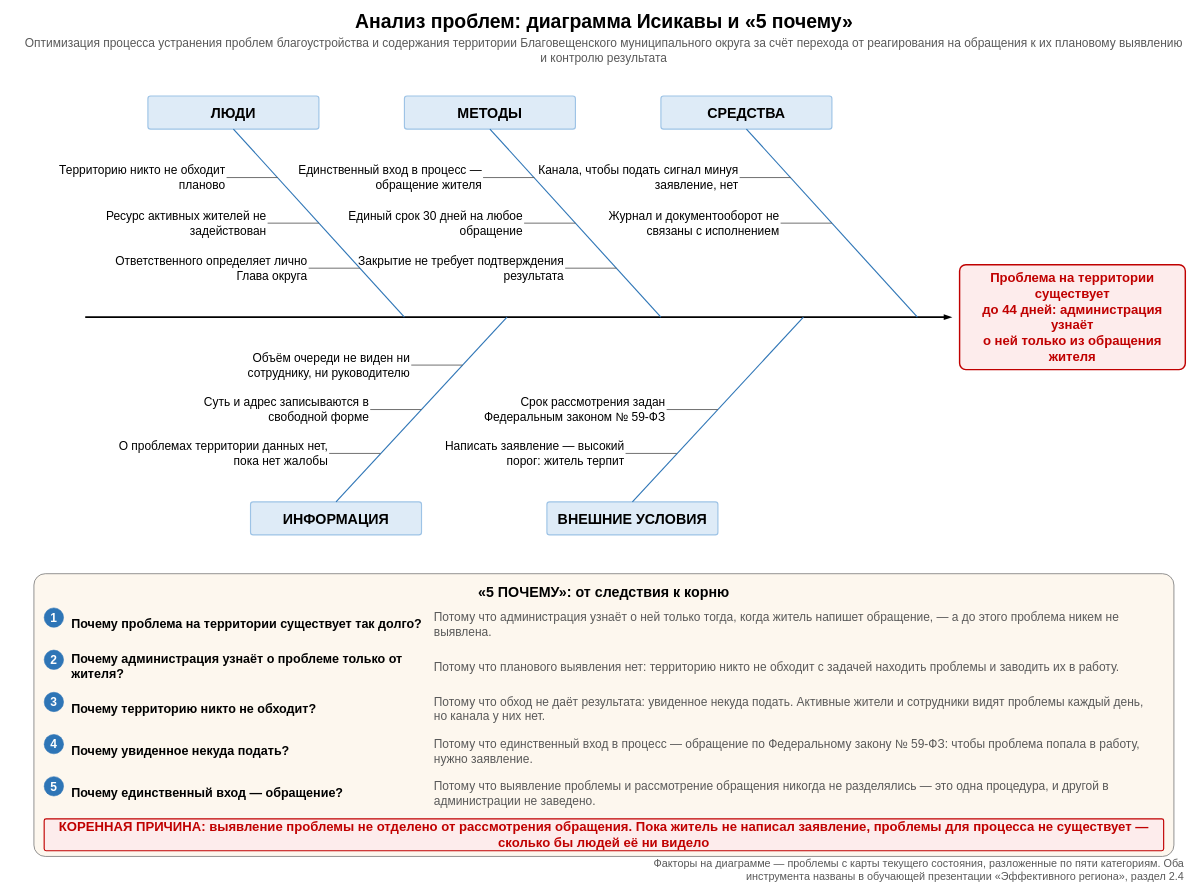
Before: файлы/analiz-prichin.drawio in NiceGenn/Team-28-progress, a draw.io diagram. Source tidied: cells renumbered, new cells numbered last; positions are measured from the earlier drawing's top-left corner, leaving out a move shared by most shapes. Both pictures are drawn from the tidied source at 57%, with x=0, y=0 at pixel (10, 11).
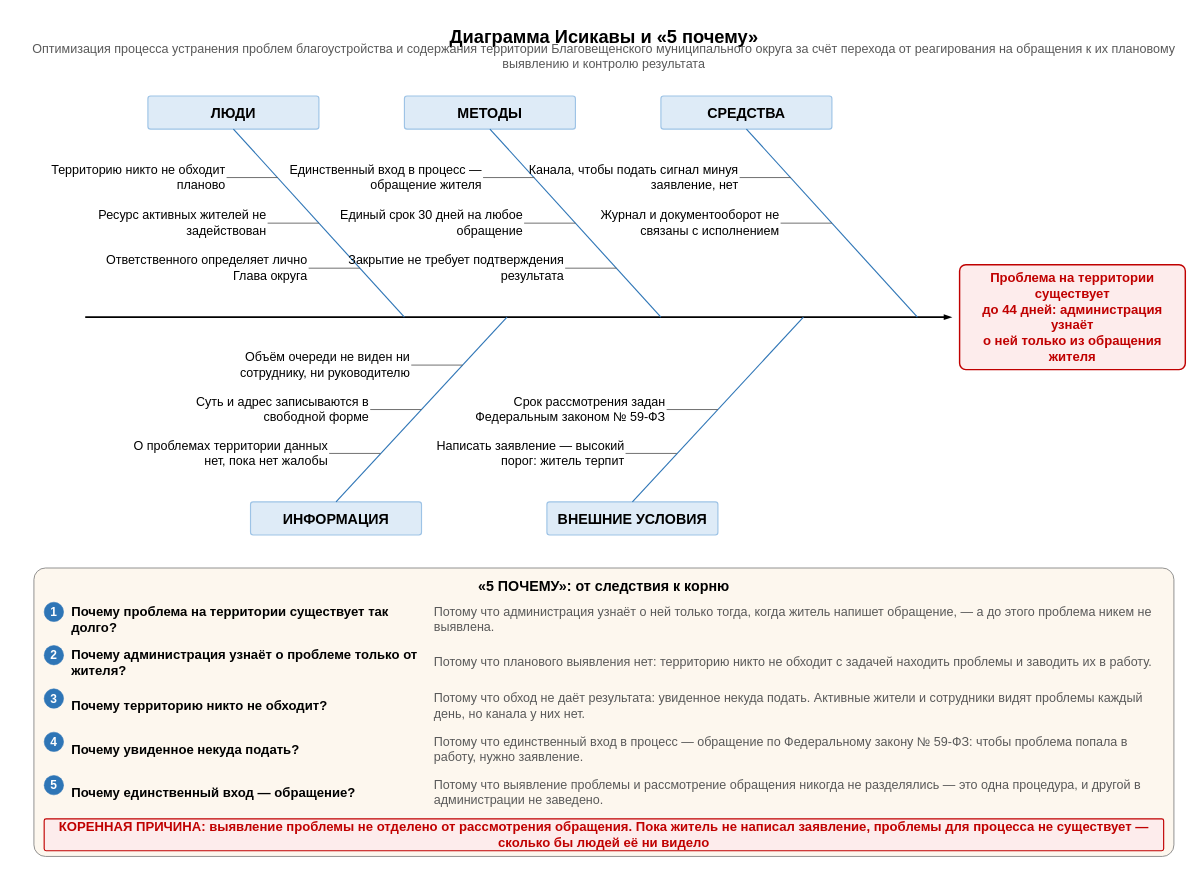
The same diagram, later.

The edit, as a diff of the source:
```diff
@@
-    <mxCell id="2" value="Анализ проблем: диаграмма Исикавы и «5 почему»" style="text;html=1;align=center;verticalAlign=middle;fontSize=34;fontStyle=1;" parent="1" vertex="1">
-      <mxGeometry x="22" width="2040" height="34" as="geometry" />
+    <mxCell id="2" value="Диаграмма Исикавы и «5 почему»" style="text;html=1;align=center;verticalAlign=middle;fontSize=32;fontStyle=1;" parent="1" vertex="1">
+      <mxGeometry x="22" y="26" width="2040" height="38" as="geometry" />
     </mxCell>
-    <mxCell id="3" value="Оптимизация процесса устранения проблем благоустройства и содержания территории Благовещенского муниципального округа за счёт перехода от реагирования на обращения к их плановому выявлению и контролю результата" style="text;html=1;align=center;verticalAlign=middle;whiteSpace=wrap;fontSize=21;fontColor=#595959;" parent="1" vertex="1">
-      <mxGeometry x="22" y="38" width="2040" height="60" as="geometry" />
+    <mxCell id="3" value="Оптимизация процесса устранения проблем благоустройства и содержания территории Благовещенского муниципального округа за счёт перехода от реагирования на обращения к их плановому выявлению и контролю результата" style="text;html=1;align=center;verticalAlign=middle;whiteSpace=wrap;fontSize=22;fontColor=#595959;" parent="1" vertex="1">
+      <mxGeometry x="22" y="64" width="2040" height="30" as="geometry" />
     </mxCell>
@@
-    <mxCell id="9" value="Территорию никто не обходит планово" style="text;html=1;whiteSpace=wrap;align=right;verticalAlign=middle;fontSize=21;" parent="1" vertex="1">
+    <mxCell id="9" value="Территорию никто не обходит планово" style="text;html=1;whiteSpace=wrap;align=right;verticalAlign=middle;fontSize=22;" parent="1" vertex="1">
       <mxGeometry y="253" width="380" height="76" as="geometry" />
     </mxCell>
@@
-    <mxCell id="11" value="Ресурс активных жителей не задействован" style="text;html=1;whiteSpace=wrap;align=right;verticalAlign=middle;fontSize=21;" parent="1" vertex="1">
+    <mxCell id="11" value="Ресурс активных жителей не задействован" style="text;html=1;whiteSpace=wrap;align=right;verticalAlign=middle;fontSize=22;" parent="1" vertex="1">
       <mxGeometry x="72" y="333" width="380" height="76" as="geometry" />
     </mxCell>
@@
-    <mxCell id="13" value="Ответственного определяет лично Глава округа" style="text;html=1;whiteSpace=wrap;align=right;verticalAlign=middle;fontSize=21;" parent="1" vertex="1">
+    <mxCell id="13" value="Ответственного определяет лично Глава округа" style="text;html=1;whiteSpace=wrap;align=right;verticalAlign=middle;fontSize=22;" parent="1" vertex="1">
       <mxGeometry x="144" y="412" width="380" height="76" as="geometry" />
     </mxCell>
@@
-    <mxCell id="17" value="Единственный вход в процесс — обращение жителя" style="text;html=1;whiteSpace=wrap;align=right;verticalAlign=middle;fontSize=21;" parent="1" vertex="1">
+    <mxCell id="17" value="Единственный вход в процесс — обращение жителя" style="text;html=1;whiteSpace=wrap;align=right;verticalAlign=middle;fontSize=22;" parent="1" vertex="1">
       <mxGeometry x="450" y="253" width="380" height="76" as="geometry" />
     </mxCell>
@@
-    <mxCell id="19" value="Единый срок 30 дней на любое обращение" style="text;html=1;whiteSpace=wrap;align=right;verticalAlign=middle;fontSize=21;" parent="1" vertex="1">
+    <mxCell id="19" value="Единый срок 30 дней на любое обращение" style="text;html=1;whiteSpace=wrap;align=right;verticalAlign=middle;fontSize=22;" parent="1" vertex="1">
       <mxGeometry x="522" y="333" width="380" height="76" as="geometry" />
     </mxCell>
@@
-    <mxCell id="21" value="Закрытие не требует подтверждения результата" style="text;html=1;whiteSpace=wrap;align=right;verticalAlign=middle;fontSize=21;" parent="1" vertex="1">
+    <mxCell id="21" value="Закрытие не требует подтверждения результата" style="text;html=1;whiteSpace=wrap;align=right;verticalAlign=middle;fontSize=22;" parent="1" vertex="1">
       <mxGeometry x="594" y="412" width="380" height="76" as="geometry" />
     </mxCell>
@@
-    <mxCell id="25" value="Канала, чтобы подать сигнал минуя заявление, нет" style="text;html=1;whiteSpace=wrap;align=right;verticalAlign=middle;fontSize=21;" parent="1" vertex="1">
+    <mxCell id="25" value="Канала, чтобы подать сигнал минуя заявление, нет" style="text;html=1;whiteSpace=wrap;align=right;verticalAlign=middle;fontSize=22;" parent="1" vertex="1">
       <mxGeometry x="900" y="253" width="380" height="76" as="geometry" />
     </mxCell>
@@
-    <mxCell id="27" value="Журнал и документооборот не связаны с исполнением" style="text;html=1;whiteSpace=wrap;align=right;verticalAlign=middle;fontSize=21;" parent="1" vertex="1">
+    <mxCell id="27" value="Журнал и документооборот не связаны с исполнением" style="text;html=1;whiteSpace=wrap;align=right;verticalAlign=middle;fontSize=22;" parent="1" vertex="1">
       <mxGeometry x="972" y="333" width="380" height="76" as="geometry" />
     </mxCell>
@@
-    <mxCell id="31" value="О проблемах территории данных нет, пока нет жалобы" style="text;html=1;whiteSpace=wrap;align=right;verticalAlign=middle;fontSize=21;" parent="1" vertex="1">
+    <mxCell id="31" value="О проблемах территории данных нет, пока нет жалобы" style="text;html=1;whiteSpace=wrap;align=right;verticalAlign=middle;fontSize=22;" parent="1" vertex="1">
       <mxGeometry x="180" y="737" width="380" height="76" as="geometry" />
     </mxCell>
@@
-    <mxCell id="33" value="Суть и адрес записываются в свободной форме" style="text;html=1;whiteSpace=wrap;align=right;verticalAlign=middle;fontSize=21;" parent="1" vertex="1">
+    <mxCell id="33" value="Суть и адрес записываются в свободной форме" style="text;html=1;whiteSpace=wrap;align=right;verticalAlign=middle;fontSize=22;" parent="1" vertex="1">
       <mxGeometry x="252" y="660" width="380" height="76" as="geometry" />
     </mxCell>
@@
-    <mxCell id="35" value="Объём очереди не виден ни сотруднику, ни руководителю" style="text;html=1;whiteSpace=wrap;align=right;verticalAlign=middle;fontSize=21;" parent="1" vertex="1">
+    <mxCell id="35" value="Объём очереди не виден ни сотруднику, ни руководителю" style="text;html=1;whiteSpace=wrap;align=right;verticalAlign=middle;fontSize=22;" parent="1" vertex="1">
       <mxGeometry x="324" y="582" width="380" height="76" as="geometry" />
     </mxCell>
@@
-    <mxCell id="39" value="Написать заявление — высокий порог: житель терпит" style="text;html=1;whiteSpace=wrap;align=right;verticalAlign=middle;fontSize=21;" parent="1" vertex="1">
+    <mxCell id="39" value="Написать заявление — высокий порог: житель терпит" style="text;html=1;whiteSpace=wrap;align=right;verticalAlign=middle;fontSize=22;" parent="1" vertex="1">
       <mxGeometry x="700" y="737" width="380" height="76" as="geometry" />
     </mxCell>
@@
-    <mxCell id="41" value="Срок рассмотрения задан Федеральным законом № 59-ФЗ" style="text;html=1;whiteSpace=wrap;align=right;verticalAlign=middle;fontSize=21;" parent="1" vertex="1">
+    <mxCell id="41" value="Срок рассмотрения задан Федеральным законом № 59-ФЗ" style="text;html=1;whiteSpace=wrap;align=right;verticalAlign=middle;fontSize=22;" parent="1" vertex="1">
       <mxGeometry x="772" y="660" width="380" height="76" as="geometry" />
     </mxCell>
     <mxCell id="42" value="«5 ПОЧЕМУ»: от следствия к корню" style="rounded=1;arcSize=4;whiteSpace=wrap;html=1;fillColor=#FDF7EE;strokeColor=#7F7F7F;strokeWidth=1.5;verticalAlign=top;align=center;fontSize=25;fontStyle=1;spacing=12;" parent="1" vertex="1">
-      <mxGeometry x="42" y="986" width="2000" height="496" as="geometry" />
+      <mxGeometry x="42" y="976" width="2000" height="506" as="geometry" />
     </mxCell>
@@
-    <mxCell id="44" value="Почему проблема на территории существует так долго?" style="text;html=1;align=left;verticalAlign=middle;whiteSpace=wrap;fontSize=22;fontStyle=1;" parent="42" vertex="1">
-      <mxGeometry x="64" y="52" width="620" height="74" as="geometry" />
+    <mxCell id="44" value="Почему проблема на территории существует так долго?" style="text;html=1;align=left;verticalAlign=middle;whiteSpace=wrap;fontSize=23;fontStyle=1;" parent="42" vertex="1">
+      <mxGeometry x="64" y="52" width="620" height="76" as="geometry" />
     </mxCell>
-    <mxCell id="45" value="Потому что администрация узнаёт о ней только тогда, когда житель напишет обращение, — а до этого проблема никем не выявлена." style="text;html=1;align=left;verticalAlign=middle;whiteSpace=wrap;fontSize=21;fontColor=#595959;" parent="42" vertex="1">
-      <mxGeometry x="700" y="52" width="1276" height="74" as="geometry" />
+    <mxCell id="45" value="Потому что администрация узнаёт о ней только тогда, когда житель напишет обращение, — а до этого проблема никем не выявлена." style="text;html=1;align=left;verticalAlign=middle;whiteSpace=wrap;fontSize=22;fontColor=#595959;" parent="42" vertex="1">
+      <mxGeometry x="700" y="52" width="1276" height="76" as="geometry" />
     </mxCell>
     <mxCell id="46" value="2" style="ellipse;whiteSpace=wrap;html=1;fillColor=#2E75B6;strokeColor=#2E75B6;fontColor=#FFFFFF;fontStyle=1;fontSize=21;" parent="42" vertex="1">
-      <mxGeometry x="18" y="134" width="34" height="34" as="geometry" />
+      <mxGeometry x="18" y="136" width="34" height="34" as="geometry" />
     </mxCell>
-    <mxCell id="47" value="Почему администрация узнаёт о проблеме только от жителя?" style="text;html=1;align=left;verticalAlign=middle;whiteSpace=wrap;fontSize=22;fontStyle=1;" parent="42" vertex="1">
-      <mxGeometry x="64" y="126" width="620" height="74" as="geometry" />
+    <mxCell id="47" value="Почему администрация узнаёт о проблеме только от жителя?" style="text;html=1;align=left;verticalAlign=middle;whiteSpace=wrap;fontSize=23;fontStyle=1;" parent="42" vertex="1">
+      <mxGeometry x="64" y="128" width="620" height="76" as="geometry" />
     </mxCell>
-    <mxCell id="48" value="Потому что планового выявления нет: территорию никто не обходит с задачей находить проблемы и заводить их в работу." style="text;html=1;align=left;verticalAlign=middle;whiteSpace=wrap;fontSize=21;fontColor=#595959;" parent="42" vertex="1">
-      <mxGeometry x="700" y="126" width="1276" height="74" as="geometry" />
+    <mxCell id="48" value="Потому что планового выявления нет: территорию никто не обходит с задачей находить проблемы и заводить их в работу." style="text;html=1;align=left;verticalAlign=middle;whiteSpace=wrap;fontSize=22;fontColor=#595959;" parent="42" vertex="1">
+      <mxGeometry x="700" y="128" width="1276" height="76" as="geometry" />
     </mxCell>
     <mxCell id="49" value="3" style="ellipse;whiteSpace=wrap;html=1;fillColor=#2E75B6;strokeColor=#2E75B6;fontColor=#FFFFFF;fontStyle=1;fontSize=21;" parent="42" vertex="1">
-      <mxGeometry x="18" y="208" width="34" height="34" as="geometry" />
+      <mxGeometry x="18" y="212" width="34" height="34" as="geometry" />
     </mxCell>
-    <mxCell id="50" value="Почему территорию никто не обходит?" style="text;html=1;align=left;verticalAlign=middle;whiteSpace=wrap;fontSize=22;fontStyle=1;" parent="42" vertex="1">
-      <mxGeometry x="64" y="200" width="620" height="74" as="geometry" />
+    <mxCell id="50" value="Почему территорию никто не обходит?" style="text;html=1;align=left;verticalAlign=middle;whiteSpace=wrap;fontSize=23;fontStyle=1;" parent="42" vertex="1">
+      <mxGeometry x="64" y="204" width="620" height="76" as="geometry" />
     </mxCell>
-    <mxCell id="51" value="Потому что обход не даёт результата: увиденное некуда подать. Активные жители и сотрудники видят проблемы каждый день, но канала у них нет." style="text;html=1;align=left;verticalAlign=middle;whiteSpace=wrap;fontSize=21;fontColor=#595959;" parent="42" vertex="1">
-      <mxGeometry x="700" y="200" width="1276" height="74" as="geometry" />
+    <mxCell id="51" value="Потому что обход не даёт результата: увиденное некуда подать. Активные жители и сотрудники видят проблемы каждый день, но канала у них нет." style="text;html=1;align=left;verticalAlign=middle;whiteSpace=wrap;fontSize=22;fontColor=#595959;" parent="42" vertex="1">
+      <mxGeometry x="700" y="204" width="1276" height="76" as="geometry" />
     </mxCell>
     <mxCell id="52" value="4" style="ellipse;whiteSpace=wrap;html=1;fillColor=#2E75B6;strokeColor=#2E75B6;fontColor=#FFFFFF;fontStyle=1;fontSize=21;" parent="42" vertex="1">
-      <mxGeometry x="18" y="282" width="34" height="34" as="geometry" />
+      <mxGeometry x="18" y="288" width="34" height="34" as="geometry" />
     </mxCell>
-    <mxCell id="53" value="Почему увиденное некуда подать?" style="text;html=1;align=left;verticalAlign=middle;whiteSpace=wrap;fontSize=22;fontStyle=1;" parent="42" vertex="1">
-      <mxGeometry x="64" y="274" width="620" height="74" as="geometry" />
+    <mxCell id="53" value="Почему увиденное некуда подать?" style="text;html=1;align=left;verticalAlign=middle;whiteSpace=wrap;fontSize=23;fontStyle=1;" parent="42" vertex="1">
+      <mxGeometry x="64" y="280" width="620" height="76" as="geometry" />
     </mxCell>
-    <mxCell id="54" value="Потому что единственный вход в процесс — обращение по Федеральному закону № 59-ФЗ: чтобы проблема попала в работу, нужно заявление." style="text;html=1;align=left;verticalAlign=middle;whiteSpace=wrap;fontSize=21;fontColor=#595959;" parent="42" vertex="1">
-      <mxGeometry x="700" y="274" width="1276" height="74" as="geometry" />
+    <mxCell id="54" value="Потому что единственный вход в процесс — обращение по Федеральному закону № 59-ФЗ: чтобы проблема попала в работу, нужно заявление." style="text;html=1;align=left;verticalAlign=middle;whiteSpace=wrap;fontSize=22;fontColor=#595959;" parent="42" vertex="1">
+      <mxGeometry x="700" y="280" width="1276" height="76" as="geometry" />
     </mxCell>
     <mxCell id="55" value="5" style="ellipse;whiteSpace=wrap;html=1;fillColor=#2E75B6;strokeColor=#2E75B6;fontColor=#FFFFFF;fontStyle=1;fontSize=21;" parent="42" vertex="1">
-      <mxGeometry x="18" y="356" width="34" height="34" as="geometry" />
+      <mxGeometry x="18" y="364" width="34" height="34" as="geometry" />
     </mxCell>
-    <mxCell id="56" value="Почему единственный вход — обращение?" style="text;html=1;align=left;verticalAlign=middle;whiteSpace=wrap;fontSize=22;fontStyle=1;" parent="42" vertex="1">
-      <mxGeometry x="64" y="348" width="620" height="74" as="geometry" />
+    <mxCell id="56" value="Почему единственный вход — обращение?" style="text;html=1;align=left;verticalAlign=middle;whiteSpace=wrap;fontSize=23;fontStyle=1;" parent="42" vertex="1">
+      <mxGeometry x="64" y="356" width="620" height="76" as="geometry" />
     </mxCell>
-    <mxCell id="57" value="Потому что выявление проблемы и рассмотрение обращения никогда не разделялись — это одна процедура, и другой в администрации не заведено." style="text;html=1;align=left;verticalAlign=middle;whiteSpace=wrap;fontSize=21;fontColor=#595959;" parent="42" vertex="1">
-      <mxGeometry x="700" y="348" width="1276" height="74" as="geometry" />
+    <mxCell id="57" value="Потому что выявление проблемы и рассмотрение обращения никогда не разделялись — это одна процедура, и другой в администрации не заведено." style="text;html=1;align=left;verticalAlign=middle;whiteSpace=wrap;fontSize=22;fontColor=#595959;" parent="42" vertex="1">
+      <mxGeometry x="700" y="356" width="1276" height="76" as="geometry" />
     </mxCell>
     <mxCell id="58" value="КОРЕННАЯ ПРИЧИНА: выявление проблемы не отделено от рассмотрения обращения. Пока житель не написал заявление, проблемы для процесса не существует — сколько бы людей её ни видело" style="rounded=1;arcSize=6;whiteSpace=wrap;html=1;fillColor=#FDECEC;strokeColor=#C00000;strokeWidth=2;fontSize=23;fontStyle=1;fontColor=#C00000;align=center;verticalAlign=middle;spacing=8;" parent="42" vertex="1">
-      <mxGeometry x="18" y="430" width="1964" height="56" as="geometry" />
+      <mxGeometry x="18" y="440" width="1964" height="56" as="geometry" />
     </mxCell>
-    <mxCell id="59" value="Факторы на диаграмме — проблемы с карты текущего состояния, разложенные по пяти категориям. Оба инструмента названы в обучающей презентации «Эффективного региона», раздел 2.4" style="text;html=1;align=right;verticalAlign=middle;whiteSpace=wrap;fontSize=19;fontColor=#595959;" parent="1" vertex="1">
-      <mxGeometry x="1062" y="1486" width="1000" height="40" as="geometry" />
-    </mxCell>
```
